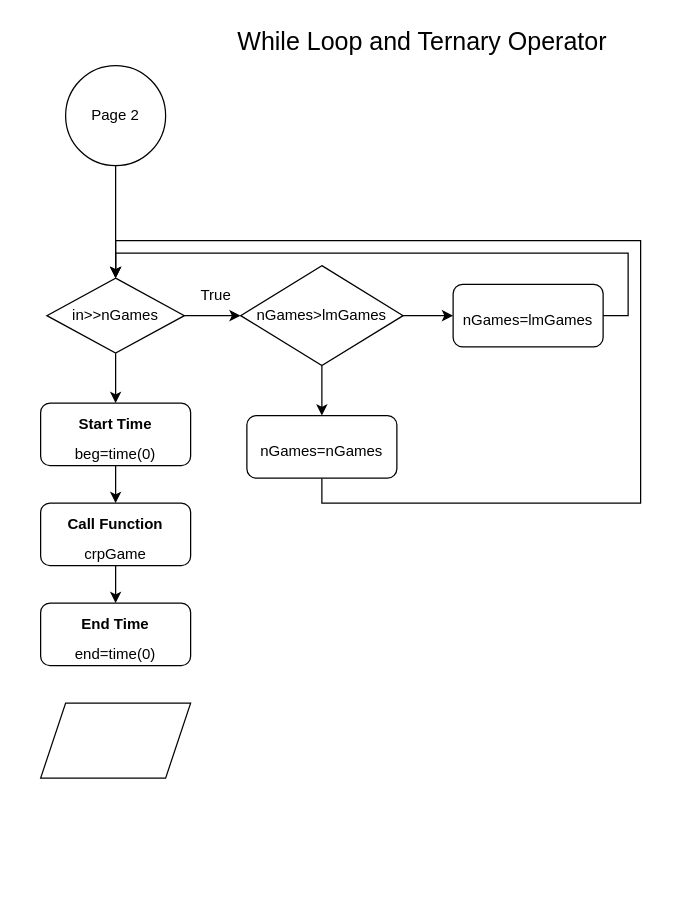
ce2791334/EnglandCody_CSC17A_49287 keeps this draw.io diagram as page "Page-2" (2 of 5) of Lab/Untitled Diagram.drawio. Above is the earlier version. Source tidied: cells renumbered, new cells numbered last; positions are measured from the earlier drawing's top-left corner, leaving out a move shared by most shapes. Both pictures are drawn from the tidied source at 125%, with x=0, y=0 at pixel (40, 21).
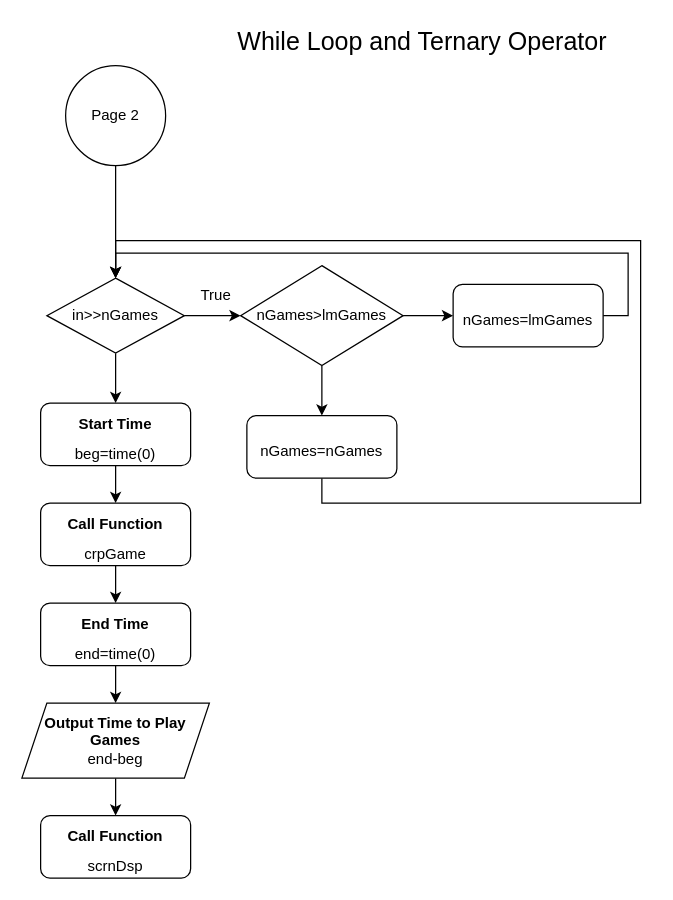
The same page after the edit.

Commit message:
scrnDsp Fxn Done

Unchanged cells that the change refers to:
```xml
<mxCell id="23" value="&lt;span style=&quot;font-size: 12px&quot;&gt;&lt;b&gt;End Time&lt;/b&gt;&lt;br&gt;end=time(0)&lt;br&gt;&lt;/span&gt;" style="rounded=1;whiteSpace=wrap;html=1;strokeWidth=1;fontSize=20;align=center;" parent="1" vertex="1">
  <mxGeometry y="465" width="120" height="50" as="geometry" />
</mxCell>
```

What changed in the source:
```diff
@@
+    <mxCell id="25" style="edgeStyle=orthogonalEdgeStyle;rounded=0;jettySize=auto;html=1;exitX=0.5;exitY=1;exitDx=0;exitDy=0;fontSize=12;" parent="1" edge="1" source="23" target="24">
+      <mxGeometry relative="1" as="geometry" />
+    </mxCell>
@@
+    <mxCell id="26" style="edgeStyle=orthogonalEdgeStyle;rounded=0;jettySize=auto;html=1;exitX=0.5;exitY=1;exitDx=0;exitDy=0;fontSize=12;" parent="1" edge="1" source="24" target="27">
+      <mxGeometry relative="1" as="geometry" />
+    </mxCell>
-    <mxCell id="24" style="shape=parallelogram;perimeter=parallelogramPerimeter;whiteSpace=wrap;html=1;fixedSize=1;strokeWidth=1;fontSize=12;align=center;" parent="1" vertex="1">
-      <mxGeometry y="545" width="120" height="60" as="geometry" />
+    <mxCell id="24" value="&lt;b&gt;Output Time to Play Games&lt;/b&gt;&lt;br&gt;end-beg" style="shape=parallelogram;perimeter=parallelogramPerimeter;whiteSpace=wrap;html=1;fixedSize=1;strokeWidth=1;fontSize=12;align=center;" parent="1" vertex="1">
+      <mxGeometry x="-15" y="545" width="150" height="60" as="geometry" />
     </mxCell>
+    <mxCell id="27" value="&lt;font style=&quot;font-size: 12px&quot;&gt;&lt;b&gt;Call Function&lt;/b&gt;&lt;br&gt;scrnDsp&lt;br&gt;&lt;/font&gt;" style="rounded=1;whiteSpace=wrap;html=1;strokeWidth=1;fontSize=20;align=center;" parent="1" vertex="1">
+      <mxGeometry y="635" width="120" height="50" as="geometry" />
+    </mxCell>
```
